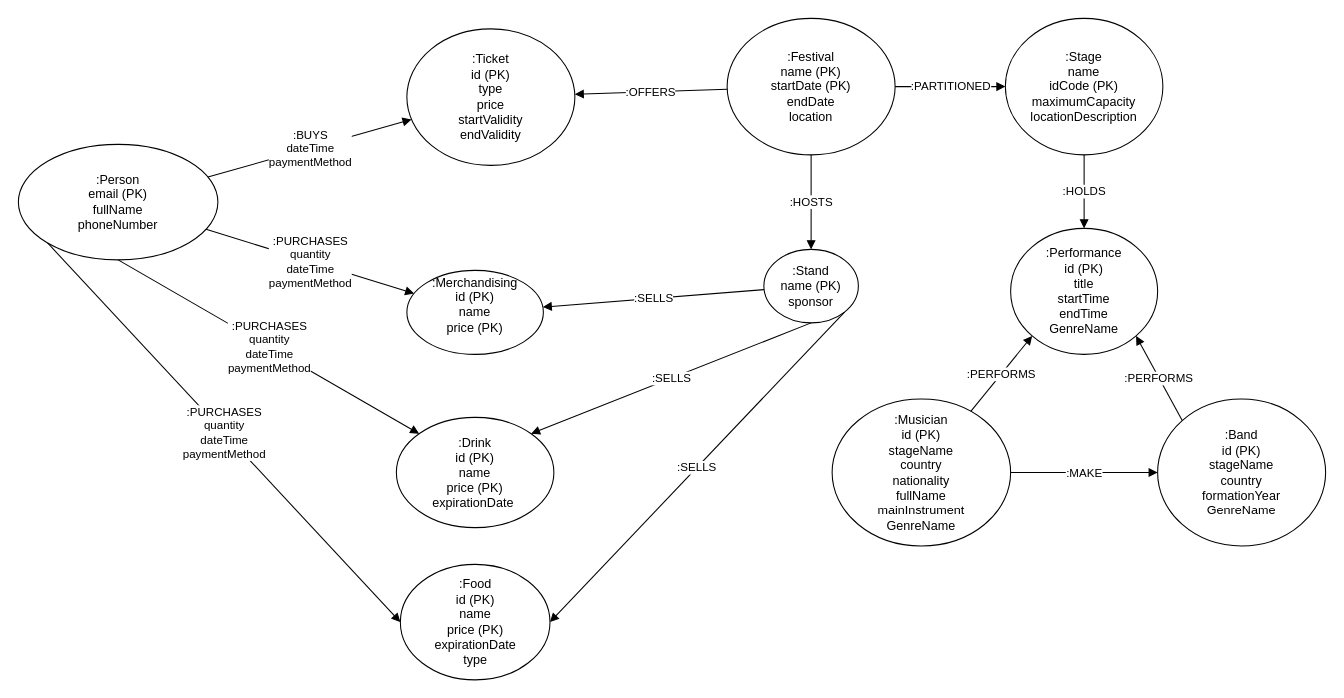
Earlier version of the draw.io diagram festival_neo4j_ISA_fixed.drawio (francescoaurora/EICTA). Source tidied: cells renumbered, new cells numbered last; positions are measured from the earlier drawing's top-left corner, leaving out a move shared by most shapes. Both pictures are drawn from the tidied source at 105%, with x=0, y=0 at pixel (18, 18).
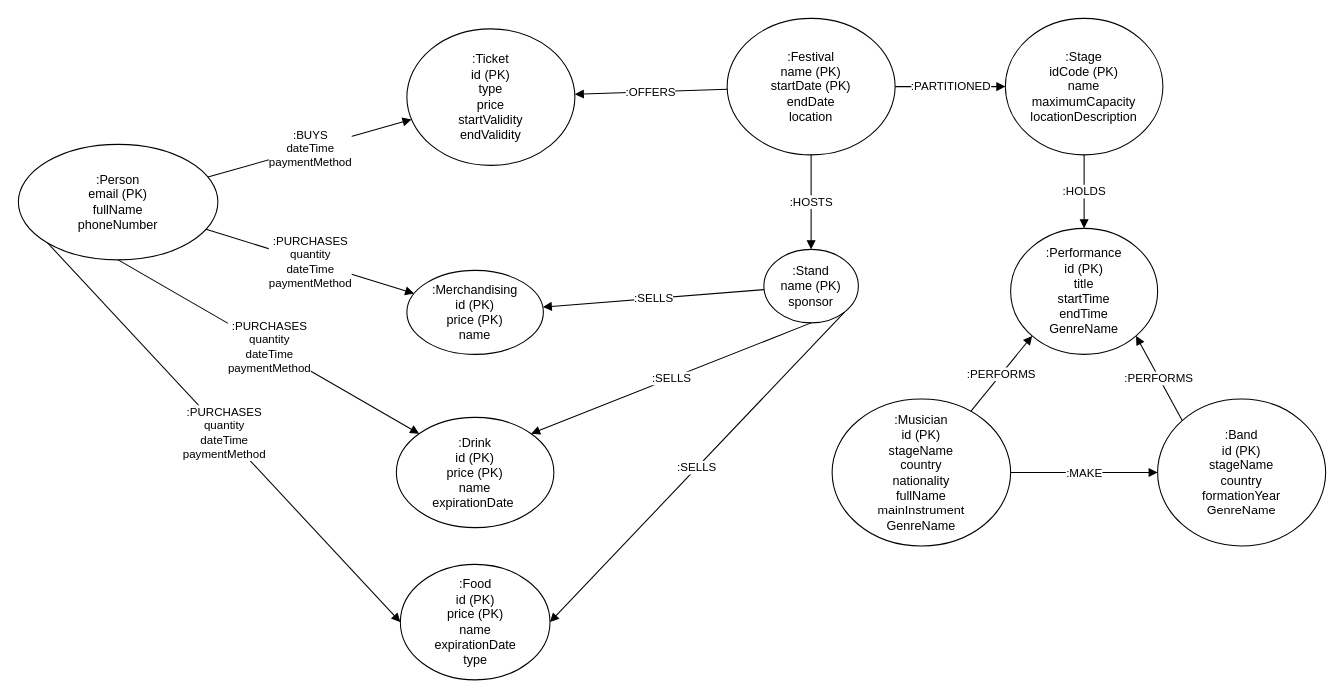
After the change.

Diff of the diagram source:
```diff
@@
-    <mxCell id="5" value=":Stage&lt;br&gt;name&lt;br&gt;idCode (PK)&lt;br&gt;maximumCapacity&lt;br&gt;locationDescription" style="ellipse;whiteSpace=wrap;html=1;" parent="1" vertex="1">
+    <mxCell id="5" value=":Stage&lt;br&gt;idCode (PK)&lt;div&gt;name&lt;br&gt;maximumCapacity&lt;br&gt;locationDescription&lt;/div&gt;" style="ellipse;whiteSpace=wrap;html=1;" parent="1" vertex="1">
       <mxGeometry x="940" width="150" height="130" as="geometry" />
     </mxCell>
@@
-    <mxCell id="9" value=":Merchandising&lt;br&gt;id (PK)&lt;br&gt;name&lt;br&gt;price (PK)&lt;div&gt;&lt;br/&gt;&lt;/div&gt;" style="ellipse;whiteSpace=wrap;html=1;" parent="1" vertex="1">
+    <mxCell id="9" value=":Merchandising&lt;br&gt;id (PK)&lt;br&gt;price (PK)&lt;br&gt;name" style="ellipse;whiteSpace=wrap;html=1;" parent="1" vertex="1">
       <mxGeometry x="370" y="240" width="130" height="80" as="geometry" />
     </mxCell>
@@
-    <mxCell id="18" value=":Drink&lt;br&gt;id (PK)&lt;br&gt;name&lt;br&gt;price (PK)&lt;br&gt;expirationDate&amp;nbsp;" style="ellipse;whiteSpace=wrap;html=1;" parent="1" vertex="1">
+    <mxCell id="18" value=":Drink&lt;br&gt;id (PK)&lt;br&gt;price (PK)&lt;br&gt;name&lt;br&gt;expirationDate&amp;nbsp;" style="ellipse;whiteSpace=wrap;html=1;" parent="1" vertex="1">
       <mxGeometry x="360" y="380" width="150" height="105" as="geometry" />
     </mxCell>
-    <mxCell id="19" value=":Food&lt;br&gt;id (PK)&lt;br&gt;name&lt;br&gt;price (PK)&lt;br&gt;expirationDate&lt;br&gt;type" style="ellipse;whiteSpace=wrap;html=1;" parent="1" vertex="1">
+    <mxCell id="19" value=":Food&lt;br&gt;id (PK)&lt;br&gt;price (PK)&lt;div&gt;name&lt;br&gt;expirationDate&lt;br&gt;type&lt;/div&gt;" style="ellipse;whiteSpace=wrap;html=1;" parent="1" vertex="1">
       <mxGeometry x="363.8" y="520" width="142.5" height="110" as="geometry" />
     </mxCell>
```
